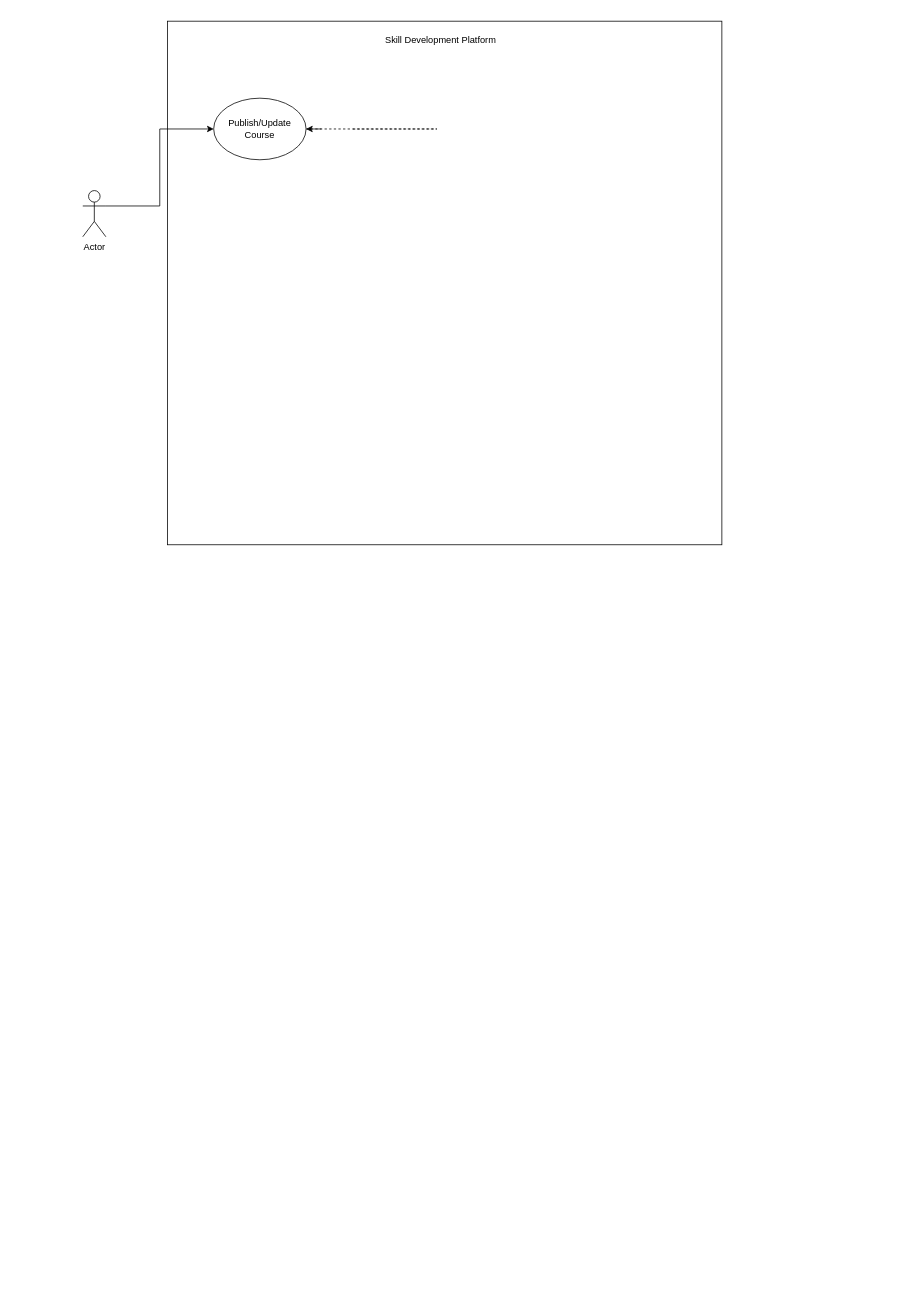
Earlier version of the draw.io diagram Untitled Diagram.drawio (NimnaKs/Diagrams). Source tidied: cells renumbered, new cells numbered last; positions are measured from the earlier drawing's top-left corner, leaving out a move shared by most shapes. Both pictures are drawn from the tidied source at 77%, with x=0, y=0 at pixel (82, 21).
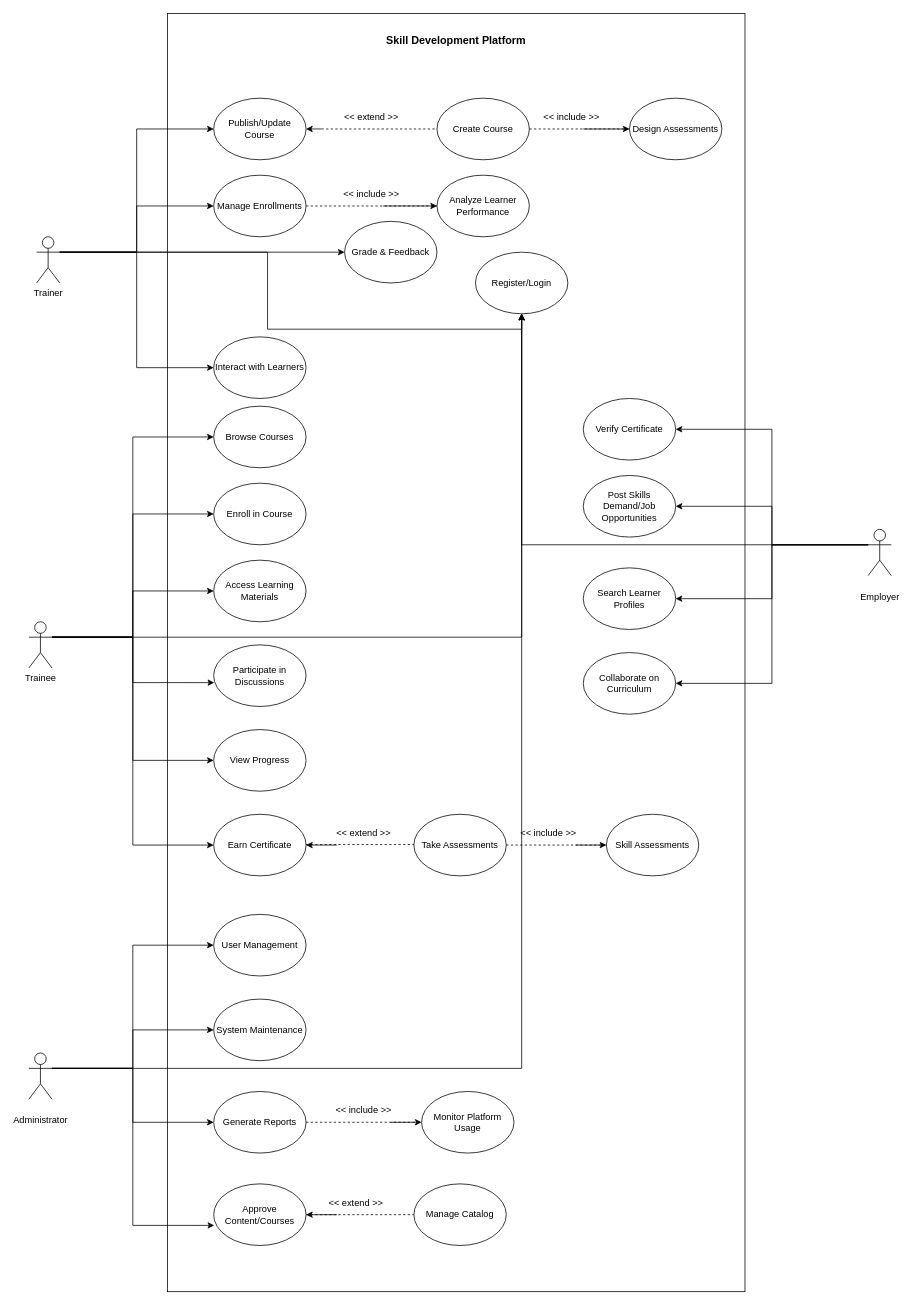
The same diagram, later.

Unchanged cells that the change refers to:
```xml
<mxCell id="5" value="Publish/Update Course" style="ellipse;whiteSpace=wrap;html=1;" parent="1" vertex="1">
  <mxGeometry x="170" y="100" width="120" height="80" as="geometry" />
</mxCell>
```

The edit, as a diff of the source:
```diff
@@
     <mxCell id="2" style="rounded=0;whiteSpace=wrap;html=1;" parent="1" vertex="1">
-      <mxGeometry x="110" width="720" height="680" as="geometry" />
+      <mxGeometry x="110" y="-10" width="750" height="1660" as="geometry" />
     </mxCell>
@@
+    <mxCell id="9" style="edgeStyle=orthogonalEdgeStyle;rounded=0;jettySize=auto;html=1;exitX=1;exitY=0.3333333333333333;exitDx=0;exitDy=0;exitPerimeter=0;" parent="1" edge="1" source="4" target="20">
+      <mxGeometry relative="1" as="geometry" />
+    </mxCell>
+    <mxCell id="10" style="edgeStyle=orthogonalEdgeStyle;rounded=0;jettySize=auto;html=1;exitX=1;exitY=0.3333333333333333;exitDx=0;exitDy=0;exitPerimeter=0;entryX=0;entryY=0.5;entryDx=0;entryDy=0;" parent="1" edge="1" source="4" target="21">
+      <mxGeometry relative="1" as="geometry" />
+    </mxCell>
+    <mxCell id="11" style="edgeStyle=orthogonalEdgeStyle;rounded=0;jettySize=auto;html=1;exitX=1;exitY=0.3333333333333333;exitDx=0;exitDy=0;exitPerimeter=0;entryX=0;entryY=0.5;entryDx=0;entryDy=0;" parent="1" edge="1" source="4" target="22">
+      <mxGeometry relative="1" as="geometry" />
+    </mxCell>
+    <mxCell id="12" style="edgeStyle=orthogonalEdgeStyle;rounded=0;jettySize=auto;html=1;exitX=1;exitY=0.3333333333333333;exitDx=0;exitDy=0;exitPerimeter=0;entryX=0.5;entryY=1;entryDx=0;entryDy=0;" parent="1" edge="1" source="4" target="59">
+      <mxGeometry relative="1" as="geometry" />
+    </mxCell>
-    <mxCell id="4" value="Actor" style="shape=umlActor;verticalLabelPosition=bottom;verticalAlign=top;html=1;outlineConnect=0;" parent="1" vertex="1">
-      <mxGeometry y="220" width="30" height="60" as="geometry" />
+    <mxCell id="4" value="Trainer" style="shape=umlActor;verticalLabelPosition=bottom;verticalAlign=top;html=1;outlineConnect=0;" parent="1" vertex="1">
+      <mxGeometry x="-60" y="280" width="30" height="60" as="geometry" />
     </mxCell>
@@
-    <mxCell id="6" value="Skill Development Platform" style="text;html=1;align=center;verticalAlign=middle;whiteSpace=wrap;rounded=0;" parent="1" vertex="1">
-      <mxGeometry x="310" y="10" width="310" height="30" as="geometry" />
+    <mxCell id="6" value="&lt;b&gt;&lt;font style=&quot;font-size: 14px;&quot;&gt;Skill Development Platform&lt;/font&gt;&lt;/b&gt;" style="text;html=1;align=center;verticalAlign=middle;whiteSpace=wrap;rounded=0;" parent="1" vertex="1">
+      <mxGeometry x="285" y="10" width="400" height="30" as="geometry" />
     </mxCell>
-    <mxCell id="7" style="endArrow=none;dashed=1;html=1;rounded=0;entryX=0.333;entryY=0.206;entryDx=0;entryDy=0;entryPerimeter=0;" parent="1" edge="1" source="5" target="2">
-      <mxGeometry relative="1" as="geometry">
-        <Array as="points">
-          <mxPoint x="460" y="140" />
-        </Array>
-      </mxGeometry>
-    </mxCell>
@@
+    <mxCell id="13" value="&amp;lt;&amp;lt; extend &amp;gt;&amp;gt;" style="text;html=1;align=center;verticalAlign=middle;whiteSpace=wrap;rounded=0;" parent="1" vertex="1">
+      <mxGeometry x="290" y="110" width="170" height="30" as="geometry" />
+    </mxCell>
+    <mxCell id="14" value="Create Course" style="ellipse;whiteSpace=wrap;html=1;" parent="1" vertex="1">
+      <mxGeometry x="460" y="100" width="120" height="80" as="geometry" />
+    </mxCell>
+    <mxCell id="15" style="endArrow=none;dashed=1;html=1;rounded=0;" parent="1" edge="1" target="16">
+      <mxGeometry relative="1" as="geometry">
+        <mxPoint x="580" y="140" as="sourcePoint" />
+      </mxGeometry>
+    </mxCell>
+    <mxCell id="16" value="Design Assessments" style="ellipse;whiteSpace=wrap;html=1;" parent="1" vertex="1">
+      <mxGeometry x="710" y="100" width="120" height="80" as="geometry" />
+    </mxCell>
+    <mxCell id="17" style="endArrow=classic;html=1;rounded=0;entryX=0;entryY=0.5;entryDx=0;entryDy=0;" parent="1" edge="1" target="16">
+      <mxGeometry relative="1" as="geometry">
+        <mxPoint x="650" y="140" as="sourcePoint" />
+      </mxGeometry>
+    </mxCell>
+    <mxCell id="18" value="&amp;lt;&amp;lt; include &amp;gt;&amp;gt;" style="text;html=1;align=center;verticalAlign=middle;whiteSpace=wrap;rounded=0;" parent="1" vertex="1">
+      <mxGeometry x="550" y="110" width="170" height="30" as="geometry" />
+    </mxCell>
+    <mxCell id="19" style="endArrow=none;dashed=1;html=1;rounded=0;" parent="1" edge="1">
+      <mxGeometry relative="1" as="geometry">
+        <mxPoint x="310" y="140" as="sourcePoint" />
+        <mxPoint x="460" y="140" as="targetPoint" />
+      </mxGeometry>
+    </mxCell>
+    <mxCell id="20" value="Manage Enrollments" style="ellipse;whiteSpace=wrap;html=1;" parent="1" vertex="1">
+      <mxGeometry x="170" y="200" width="120" height="80" as="geometry" />
+    </mxCell>
+    <mxCell id="21" value="Grade &amp;amp; Feedback" style="ellipse;whiteSpace=wrap;html=1;" parent="1" vertex="1">
+      <mxGeometry x="340" y="260" width="120" height="80" as="geometry" />
+    </mxCell>
+    <mxCell id="22" value="Interact with Learners" style="ellipse;whiteSpace=wrap;html=1;" parent="1" vertex="1">
+      <mxGeometry x="170" y="410" width="120" height="80" as="geometry" />
+    </mxCell>
+    <mxCell id="23" value="Analyze Learner Performance" style="ellipse;whiteSpace=wrap;html=1;" parent="1" vertex="1">
+      <mxGeometry x="460" y="200" width="120" height="80" as="geometry" />
+    </mxCell>
+    <mxCell id="24" value="&amp;lt;&amp;lt; include &amp;gt;&amp;gt;" style="text;html=1;align=center;verticalAlign=middle;whiteSpace=wrap;rounded=0;" parent="1" vertex="1">
+      <mxGeometry x="290" y="210" width="170" height="30" as="geometry" />
+    </mxCell>
+    <mxCell id="25" style="endArrow=none;dashed=1;html=1;rounded=0;exitX=1;exitY=0.5;exitDx=0;exitDy=0;entryX=0;entryY=0.5;entryDx=0;entryDy=0;" parent="1" edge="1" source="20" target="23">
+      <mxGeometry relative="1" as="geometry" />
+    </mxCell>
+    <mxCell id="26" style="endArrow=classic;html=1;rounded=0;" parent="1" edge="1">
+      <mxGeometry relative="1" as="geometry">
+        <mxPoint x="390" y="240" as="sourcePoint" />
+        <mxPoint x="460" y="240" as="targetPoint" />
+      </mxGeometry>
+    </mxCell>
+    <mxCell id="27" value="Browse Courses" style="ellipse;whiteSpace=wrap;html=1;" parent="1" vertex="1">
+      <mxGeometry x="170" y="500" width="120" height="80" as="geometry" />
+    </mxCell>
+    <mxCell id="28" value="Enroll in Course" style="ellipse;whiteSpace=wrap;html=1;" parent="1" vertex="1">
+      <mxGeometry x="170" y="600" width="120" height="80" as="geometry" />
+    </mxCell>
+    <mxCell id="29" value="Access Learning Materials" style="ellipse;whiteSpace=wrap;html=1;" parent="1" vertex="1">
+      <mxGeometry x="170" y="700" width="120" height="80" as="geometry" />
+    </mxCell>
+    <mxCell id="30" style="edgeStyle=orthogonalEdgeStyle;rounded=0;jettySize=auto;html=1;exitX=1;exitY=0.3333333333333333;exitDx=0;exitDy=0;exitPerimeter=0;entryX=0;entryY=0.5;entryDx=0;entryDy=0;" parent="1" edge="1" source="36" target="27">
+      <mxGeometry relative="1" as="geometry" />
+    </mxCell>
+    <mxCell id="31" style="edgeStyle=orthogonalEdgeStyle;rounded=0;jettySize=auto;html=1;exitX=1;exitY=0.3333333333333333;exitDx=0;exitDy=0;exitPerimeter=0;entryX=0;entryY=0.5;entryDx=0;entryDy=0;" parent="1" edge="1" source="36" target="29">
+      <mxGeometry relative="1" as="geometry" />
+    </mxCell>
+    <mxCell id="32" style="edgeStyle=orthogonalEdgeStyle;rounded=0;jettySize=auto;html=1;exitX=1;exitY=0.3333333333333333;exitDx=0;exitDy=0;exitPerimeter=0;entryX=0;entryY=0.5;entryDx=0;entryDy=0;" parent="1" edge="1" source="36" target="39">
+      <mxGeometry relative="1" as="geometry" />
+    </mxCell>
+    <mxCell id="33" style="edgeStyle=orthogonalEdgeStyle;rounded=0;jettySize=auto;html=1;exitX=1;exitY=0.3333333333333333;exitDx=0;exitDy=0;exitPerimeter=0;entryX=0;entryY=0.5;entryDx=0;entryDy=0;" parent="1" edge="1" source="36" target="40">
+      <mxGeometry relative="1" as="geometry" />
+    </mxCell>
+    <mxCell id="34" style="edgeStyle=orthogonalEdgeStyle;rounded=0;jettySize=auto;html=1;exitX=1;exitY=0.3333333333333333;exitDx=0;exitDy=0;exitPerimeter=0;" parent="1" edge="1" source="36" target="59">
+      <mxGeometry relative="1" as="geometry" />
+    </mxCell>
+    <mxCell id="35" style="edgeStyle=orthogonalEdgeStyle;rounded=0;jettySize=auto;html=1;exitX=1;exitY=0.3333333333333333;exitDx=0;exitDy=0;exitPerimeter=0;entryX=0;entryY=0.5;entryDx=0;entryDy=0;" parent="1" edge="1" source="36" target="28">
+      <mxGeometry relative="1" as="geometry" />
+    </mxCell>
+    <mxCell id="36" value="Trainee" style="shape=umlActor;verticalLabelPosition=bottom;verticalAlign=top;html=1;outlineConnect=0;" parent="1" vertex="1">
+      <mxGeometry x="-70" y="780" width="30" height="60" as="geometry" />
+    </mxCell>
+    <mxCell id="37" value="Participate in Discussions" style="ellipse;whiteSpace=wrap;html=1;" parent="1" vertex="1">
+      <mxGeometry x="170" y="810" width="120" height="80" as="geometry" />
+    </mxCell>
+    <mxCell id="38" style="edgeStyle=orthogonalEdgeStyle;rounded=0;jettySize=auto;html=1;exitX=1;exitY=0.3333333333333333;exitDx=0;exitDy=0;exitPerimeter=0;entryX=0.006;entryY=0.613;entryDx=0;entryDy=0;entryPerimeter=0;" parent="1" edge="1" source="36" target="37">
+      <mxGeometry relative="1" as="geometry" />
+    </mxCell>
+    <mxCell id="39" value="View Progress" style="ellipse;whiteSpace=wrap;html=1;" parent="1" vertex="1">
+      <mxGeometry x="170" y="920" width="120" height="80" as="geometry" />
+    </mxCell>
+    <mxCell id="40" value="Earn Certificate" style="ellipse;whiteSpace=wrap;html=1;" parent="1" vertex="1">
+      <mxGeometry x="170" y="1030" width="120" height="80" as="geometry" />
+    </mxCell>
+    <mxCell id="41" value="&amp;lt;&amp;lt; extend &amp;gt;&amp;gt;" style="text;html=1;align=center;verticalAlign=middle;whiteSpace=wrap;rounded=0;" parent="1" vertex="1">
+      <mxGeometry x="280" y="1040" width="170" height="30" as="geometry" />
+    </mxCell>
+    <mxCell id="42" style="endArrow=none;dashed=1;html=1;rounded=0;" parent="1" edge="1">
+      <mxGeometry relative="1" as="geometry">
+        <mxPoint x="290" y="1069.3" as="sourcePoint" />
+        <mxPoint x="440" y="1069.3" as="targetPoint" />
+      </mxGeometry>
+    </mxCell>
+    <mxCell id="43" style="endArrow=classic;html=1;rounded=0;" parent="1" edge="1">
+      <mxGeometry relative="1" as="geometry">
+        <mxPoint x="330" y="1070" as="sourcePoint" />
+        <mxPoint x="290" y="1070" as="targetPoint" />
+      </mxGeometry>
+    </mxCell>
+    <mxCell id="44" value="Take Assessments" style="ellipse;whiteSpace=wrap;html=1;" parent="1" vertex="1">
+      <mxGeometry x="430" y="1030" width="120" height="80" as="geometry" />
+    </mxCell>
+    <mxCell id="45" style="endArrow=none;dashed=1;html=1;rounded=0;exitX=1;exitY=0.5;exitDx=0;exitDy=0;" parent="1" edge="1" source="44" target="46">
+      <mxGeometry relative="1" as="geometry" />
+    </mxCell>
+    <mxCell id="46" value="Skill Assessments" style="ellipse;whiteSpace=wrap;html=1;" parent="1" vertex="1">
+      <mxGeometry x="680" y="1030" width="120" height="80" as="geometry" />
+    </mxCell>
+    <mxCell id="47" style="endArrow=classic;html=1;rounded=0;entryX=0;entryY=0.5;entryDx=0;entryDy=0;" parent="1" edge="1" target="46">
+      <mxGeometry relative="1" as="geometry">
+        <mxPoint x="640" y="1070" as="sourcePoint" />
+      </mxGeometry>
+    </mxCell>
+    <mxCell id="48" value="&amp;lt;&amp;lt; include &amp;gt;&amp;gt;" style="text;html=1;align=center;verticalAlign=middle;whiteSpace=wrap;rounded=0;" parent="1" vertex="1">
+      <mxGeometry x="520" y="1040" width="170" height="30" as="geometry" />
+    </mxCell>
+    <mxCell id="49" value="Verify Certificate" style="ellipse;whiteSpace=wrap;html=1;" parent="1" vertex="1">
+      <mxGeometry x="650" y="490" width="120" height="80" as="geometry" />
+    </mxCell>
+    <mxCell id="50" value="Post Skills Demand/Job Opportunities" style="ellipse;whiteSpace=wrap;html=1;" parent="1" vertex="1">
+      <mxGeometry x="650" y="590" width="120" height="80" as="geometry" />
+    </mxCell>
+    <mxCell id="51" value="Search Learner Profiles" style="ellipse;whiteSpace=wrap;html=1;" parent="1" vertex="1">
+      <mxGeometry x="650" y="710" width="120" height="80" as="geometry" />
+    </mxCell>
+    <mxCell id="52" value="Collaborate on Curriculum" style="ellipse;whiteSpace=wrap;html=1;" parent="1" vertex="1">
+      <mxGeometry x="650" y="820" width="120" height="80" as="geometry" />
+    </mxCell>
+    <mxCell id="53" style="edgeStyle=orthogonalEdgeStyle;rounded=0;jettySize=auto;html=1;exitX=0;exitY=0.3333333333333333;exitDx=0;exitDy=0;exitPerimeter=0;entryX=1;entryY=0.5;entryDx=0;entryDy=0;" parent="1" edge="1" source="58" target="49">
+      <mxGeometry relative="1" as="geometry" />
+    </mxCell>
+    <mxCell id="54" style="edgeStyle=orthogonalEdgeStyle;rounded=0;jettySize=auto;html=1;exitX=0;exitY=0.3333333333333333;exitDx=0;exitDy=0;exitPerimeter=0;" parent="1" edge="1" source="58" target="50">
+      <mxGeometry relative="1" as="geometry" />
+    </mxCell>
+    <mxCell id="55" style="edgeStyle=orthogonalEdgeStyle;rounded=0;jettySize=auto;html=1;exitX=0;exitY=0.3333333333333333;exitDx=0;exitDy=0;exitPerimeter=0;entryX=1;entryY=0.5;entryDx=0;entryDy=0;" parent="1" edge="1" source="58" target="51">
+      <mxGeometry relative="1" as="geometry" />
+    </mxCell>
+    <mxCell id="56" style="edgeStyle=orthogonalEdgeStyle;rounded=0;jettySize=auto;html=1;exitX=0;exitY=0.3333333333333333;exitDx=0;exitDy=0;exitPerimeter=0;entryX=1;entryY=0.5;entryDx=0;entryDy=0;" parent="1" edge="1" source="58" target="52">
+      <mxGeometry relative="1" as="geometry" />
+    </mxCell>
+    <mxCell id="57" style="edgeStyle=orthogonalEdgeStyle;rounded=0;jettySize=auto;html=1;exitX=0;exitY=0.3333333333333333;exitDx=0;exitDy=0;exitPerimeter=0;entryX=0.5;entryY=1;entryDx=0;entryDy=0;" parent="1" edge="1" source="58" target="59">
+      <mxGeometry relative="1" as="geometry" />
+    </mxCell>
+    <mxCell id="58" value="&#10;Employer&#10;&#10;" style="shape=umlActor;verticalLabelPosition=bottom;verticalAlign=top;html=1;outlineConnect=0;" parent="1" vertex="1">
+      <mxGeometry x="1020" y="660" width="30" height="60" as="geometry" />
+    </mxCell>
+    <mxCell id="59" value="Register/Login" style="ellipse;whiteSpace=wrap;html=1;" parent="1" vertex="1">
+      <mxGeometry x="510" y="300" width="120" height="80" as="geometry" />
+    </mxCell>
+    <mxCell id="60" value="User Management" style="ellipse;whiteSpace=wrap;html=1;" parent="1" vertex="1">
+      <mxGeometry x="170" y="1160" width="120" height="80" as="geometry" />
+    </mxCell>
+    <mxCell id="61" value="System Maintenance" style="ellipse;whiteSpace=wrap;html=1;" parent="1" vertex="1">
+      <mxGeometry x="170" y="1270" width="120" height="80" as="geometry" />
+    </mxCell>
+    <mxCell id="62" value="Generate Reports" style="ellipse;whiteSpace=wrap;html=1;" parent="1" vertex="1">
+      <mxGeometry x="170" y="1390" width="120" height="80" as="geometry" />
+    </mxCell>
+    <mxCell id="63" value="Approve Content/Courses" style="ellipse;whiteSpace=wrap;html=1;" parent="1" vertex="1">
+      <mxGeometry x="170" y="1510" width="120" height="80" as="geometry" />
+    </mxCell>
+    <mxCell id="64" value="&amp;lt;&amp;lt; include &amp;gt;&amp;gt;" style="text;html=1;align=center;verticalAlign=middle;whiteSpace=wrap;rounded=0;" parent="1" vertex="1">
+      <mxGeometry x="280" y="1400" width="170" height="30" as="geometry" />
+    </mxCell>
+    <mxCell id="65" style="endArrow=none;dashed=1;html=1;rounded=0;exitX=1;exitY=0.5;exitDx=0;exitDy=0;entryX=0;entryY=0.5;entryDx=0;entryDy=0;" parent="1" edge="1" source="62" target="66">
+      <mxGeometry relative="1" as="geometry" />
+    </mxCell>
+    <mxCell id="66" value="Monitor Platform Usage" style="ellipse;whiteSpace=wrap;html=1;" parent="1" vertex="1">
+      <mxGeometry x="440" y="1390" width="120" height="80" as="geometry" />
+    </mxCell>
+    <mxCell id="67" style="endArrow=classic;html=1;rounded=0;" parent="1" edge="1">
+      <mxGeometry relative="1" as="geometry">
+        <mxPoint x="400" y="1430" as="sourcePoint" />
+        <mxPoint x="440" y="1430" as="targetPoint" />
+      </mxGeometry>
+    </mxCell>
+    <mxCell id="68" value="Manage Catalog" style="ellipse;whiteSpace=wrap;html=1;" parent="1" vertex="1">
+      <mxGeometry x="430" y="1510" width="120" height="80" as="geometry" />
+    </mxCell>
+    <mxCell id="69" style="endArrow=none;dashed=1;html=1;rounded=0;exitX=1;exitY=0.5;exitDx=0;exitDy=0;entryX=0;entryY=0.5;entryDx=0;entryDy=0;" parent="1" edge="1" source="63" target="68">
+      <mxGeometry relative="1" as="geometry" />
+    </mxCell>
+    <mxCell id="70" style="endArrow=classic;html=1;rounded=0;" parent="1" edge="1">
+      <mxGeometry relative="1" as="geometry">
+        <mxPoint x="330" y="1550" as="sourcePoint" />
+        <mxPoint x="290" y="1550" as="targetPoint" />
+      </mxGeometry>
+    </mxCell>
+    <mxCell id="71" style="edgeStyle=orthogonalEdgeStyle;rounded=0;jettySize=auto;html=1;exitX=1;exitY=0.3333333333333333;exitDx=0;exitDy=0;exitPerimeter=0;entryX=0;entryY=0.5;entryDx=0;entryDy=0;" parent="1" edge="1" source="75" target="60">
+      <mxGeometry relative="1" as="geometry" />
+    </mxCell>
+    <mxCell id="72" style="edgeStyle=orthogonalEdgeStyle;rounded=0;jettySize=auto;html=1;exitX=1;exitY=0.3333333333333333;exitDx=0;exitDy=0;exitPerimeter=0;" parent="1" edge="1" source="75" target="61">
+      <mxGeometry relative="1" as="geometry" />
+    </mxCell>
+    <mxCell id="73" style="edgeStyle=orthogonalEdgeStyle;rounded=0;jettySize=auto;html=1;exitX=1;exitY=0.3333333333333333;exitDx=0;exitDy=0;exitPerimeter=0;entryX=0;entryY=0.5;entryDx=0;entryDy=0;" parent="1" edge="1" source="75" target="62">
+      <mxGeometry relative="1" as="geometry" />
+    </mxCell>
+    <mxCell id="74" style="edgeStyle=orthogonalEdgeStyle;rounded=0;jettySize=auto;html=1;exitX=1;exitY=0.3333333333333333;exitDx=0;exitDy=0;exitPerimeter=0;entryX=0.5;entryY=1;entryDx=0;entryDy=0;" parent="1" edge="1" source="75" target="59">
+      <mxGeometry relative="1" as="geometry" />
+    </mxCell>
+    <mxCell id="75" value="&#10;Administrator&#10;&#10;" style="shape=umlActor;verticalLabelPosition=bottom;verticalAlign=top;html=1;outlineConnect=0;" parent="1" vertex="1">
+      <mxGeometry x="-70" y="1340" width="30" height="60" as="geometry" />
+    </mxCell>
+    <mxCell id="76" style="edgeStyle=orthogonalEdgeStyle;rounded=0;jettySize=auto;html=1;exitX=1;exitY=0.3333333333333333;exitDx=0;exitDy=0;exitPerimeter=0;entryX=0.006;entryY=0.674;entryDx=0;entryDy=0;entryPerimeter=0;" parent="1" edge="1" source="75" target="63">
+      <mxGeometry relative="1" as="geometry" />
+    </mxCell>
+    <mxCell id="77" value="&amp;lt;&amp;lt; extend &amp;gt;&amp;gt;" style="text;html=1;align=center;verticalAlign=middle;whiteSpace=wrap;rounded=0;" parent="1" vertex="1">
+      <mxGeometry x="270" y="1520" width="170" height="30" as="geometry" />
+    </mxCell>
```
